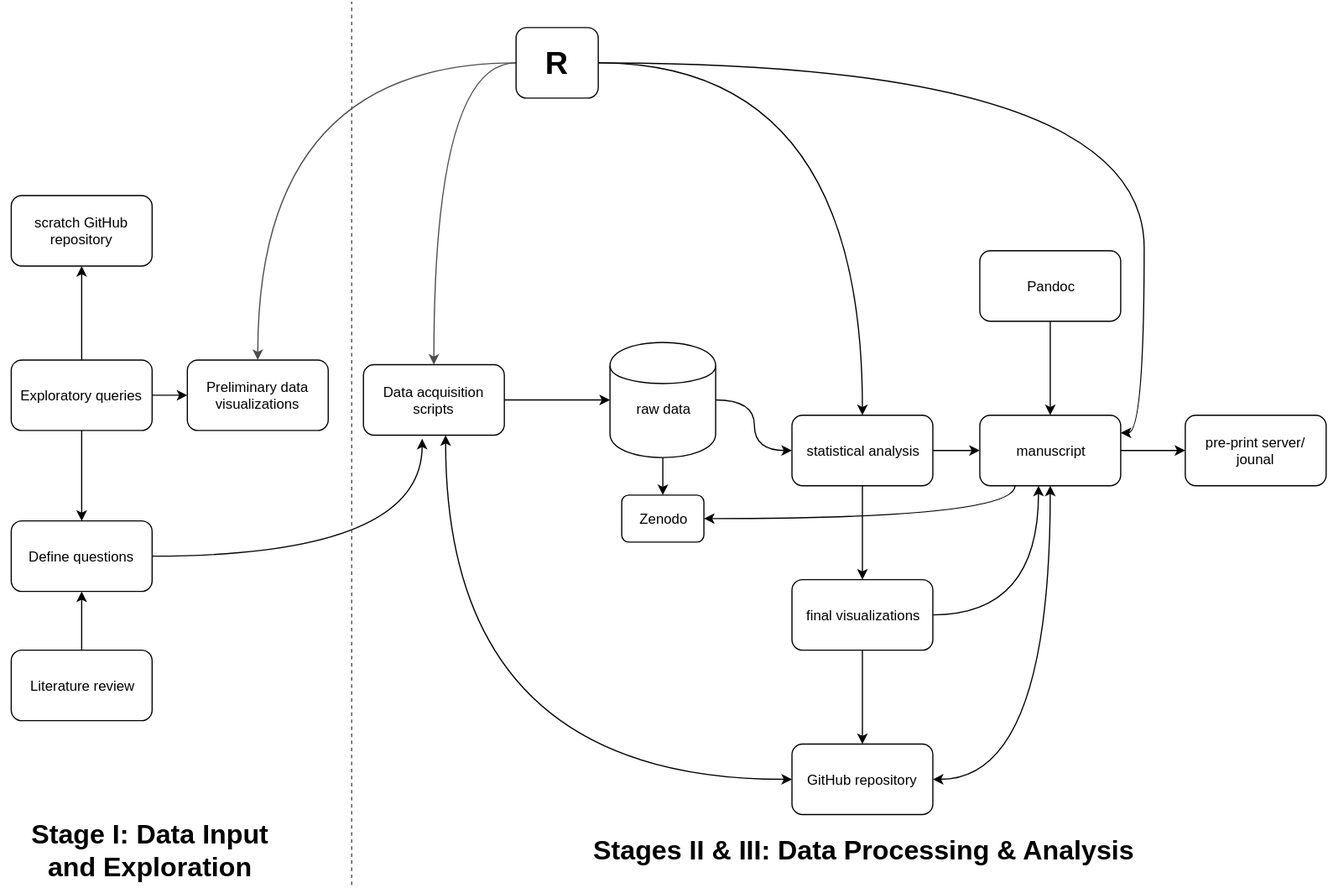
This is case-studies/kram.svg from BIDS/repro-case-studies, a draw.io export, as it was before one commit. Source tidied: cells renumbered, new cells last; positions are measured from the earlier drawing's top-left corner, leaving out a move shared by most shapes.
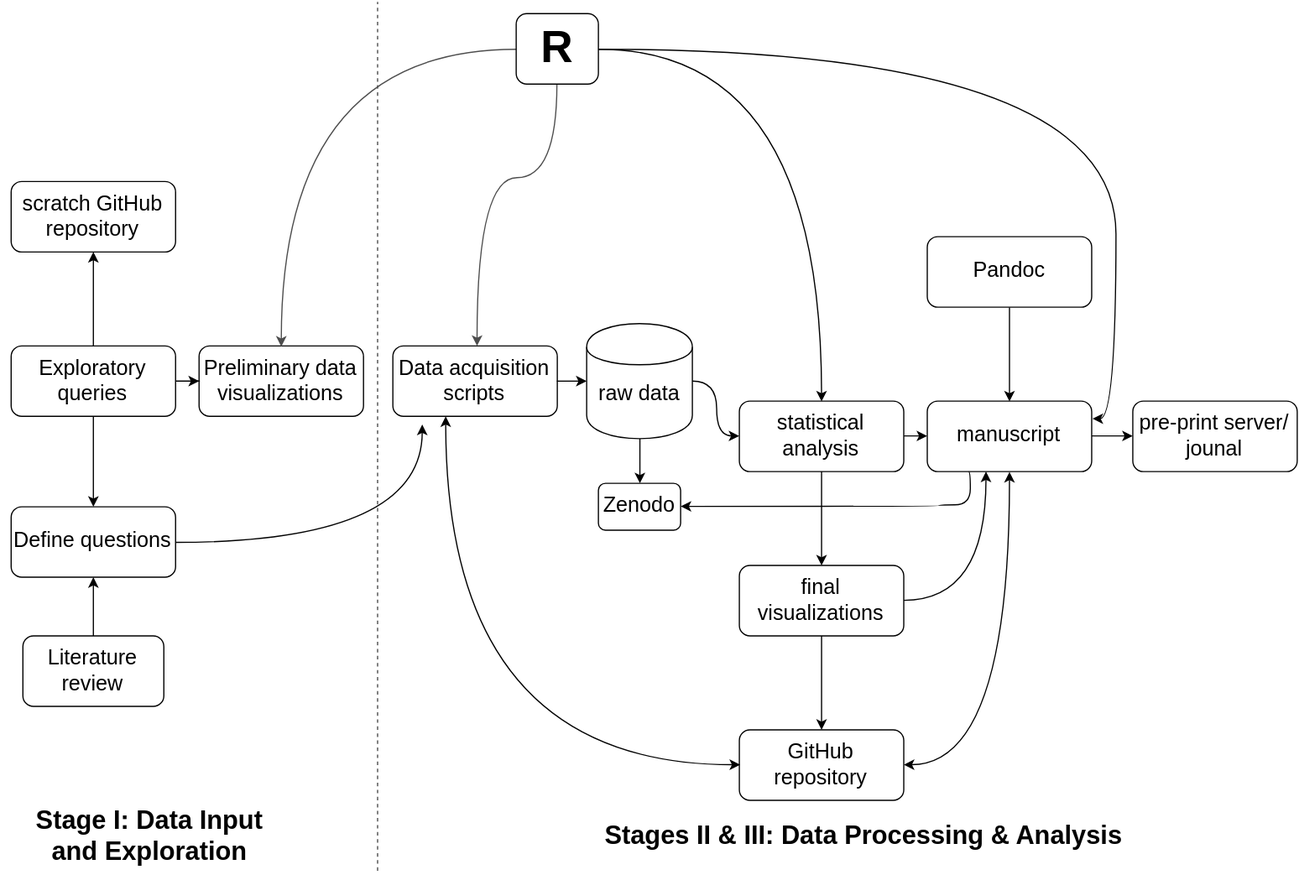
Above is the later version.

The edit, as a diff of the source:
```diff
@@ -5,16 +5,16 @@
     <mxCell id="2" style="edgeStyle=orthogonalEdgeStyle;rounded=0;html=1;jettySize=auto;" parent="1" edge="1" source="3" target="5">
       <mxGeometry relative="1" as="geometry" />
     </mxCell>
-    <mxCell id="3" value="Literature review" style="rounded=1;whiteSpace=wrap;html=1;fillColor=none;" parent="1" vertex="1">
-      <mxGeometry x="8" y="552" width="120" height="60" as="geometry" />
+    <mxCell id="3" value="Literature review" style="rounded=1;whiteSpace=wrap;html=1;fillColor=none;fontSize=18;" parent="1" vertex="1">
+      <mxGeometry x="29" y="502" width="120" height="60" as="geometry" />
     </mxCell>
     <mxCell id="4" style="edgeStyle=orthogonalEdgeStyle;curved=1;html=1;startArrow=none;startFill=0;jettySize=auto;" parent="1" edge="1" source="5">
       <mxGeometry relative="1" as="geometry">
-        <mxPoint x="358" y="372" as="targetPoint" />
+        <mxPoint x="369" y="322" as="targetPoint" />
       </mxGeometry>
     </mxCell>
-    <mxCell id="5" value="Define questions" style="rounded=1;whiteSpace=wrap;html=1;fillColor=none;" parent="1" vertex="1">
-      <mxGeometry x="8" y="442" width="120" height="60" as="geometry" />
+    <mxCell id="5" value="Define questions" style="rounded=1;whiteSpace=wrap;html=1;fillColor=none;fontSize=18;" parent="1" vertex="1">
+      <mxGeometry x="19" y="392" width="140" height="60" as="geometry" />
     </mxCell>
     <mxCell id="6" style="edgeStyle=orthogonalEdgeStyle;rounded=0;html=1;jettySize=auto;" parent="1" edge="1" source="9" target="5">
       <mxGeometry relative="1" as="geometry" />
@@ -25,19 +25,19 @@
     <mxCell id="8" style="edgeStyle=orthogonalEdgeStyle;rounded=0;html=1;jettySize=auto;" parent="1" edge="1" source="9" target="10">
       <mxGeometry relative="1" as="geometry" />
     </mxCell>
-    <mxCell id="9" value="Exploratory queries" style="rounded=1;whiteSpace=wrap;html=1;fillColor=none;" parent="1" vertex="1">
-      <mxGeometry x="8" y="305" width="120" height="60" as="geometry" />
+    <mxCell id="9" value="Exploratory queries" style="rounded=1;whiteSpace=wrap;html=1;fillColor=none;fontSize=18;" parent="1" vertex="1">
+      <mxGeometry x="19" y="255" width="140" height="60" as="geometry" />
     </mxCell>
-    <mxCell id="10" value="Preliminary data visualizations" style="rounded=1;whiteSpace=wrap;html=1;fillColor=none;" parent="1" vertex="1">
-      <mxGeometry x="158" y="305" width="120" height="60" as="geometry" />
+    <mxCell id="10" value="Preliminary data visualizations" style="rounded=1;whiteSpace=wrap;html=1;fillColor=none;fontSize=18;" parent="1" vertex="1">
+      <mxGeometry x="179" y="255" width="140" height="60" as="geometry" />
     </mxCell>
-    <mxCell id="11" value="scratch GitHub repository" style="rounded=1;whiteSpace=wrap;html=1;fillColor=none;" parent="1" vertex="1">
-      <mxGeometry x="8" y="165" width="120" height="60" as="geometry" />
+    <mxCell id="11" value="scratch GitHub repository" style="rounded=1;whiteSpace=wrap;html=1;fillColor=none;fontSize=18;" parent="1" vertex="1">
+      <mxGeometry x="19" y="115" width="140" height="60" as="geometry" />
     </mxCell>
-    <mxCell id="12" style="edgeStyle=orthogonalEdgeStyle;curved=1;html=1;entryX=0.5;entryY=0;startArrow=none;startFill=0;jettySize=auto;" parent="1" edge="1" source="16" target="24">
+    <mxCell id="12" style="edgeStyle=orthogonalEdgeStyle;curved=1;html=1;startArrow=none;startFill=0;jettySize=auto;entryX=0.5;entryY=0;" parent="1" edge="1" source="16" target="24">
       <mxGeometry relative="1" as="geometry">
         <Array as="points">
-          <mxPoint x="733" y="52" />
+          <mxPoint x="709" y="2" />
         </Array>
       </mxGeometry>
     </mxCell>
@@ -45,23 +45,28 @@
       <mxGeometry relative="1" as="geometry" />
     </mxCell>
     <mxCell id="14" style="edgeStyle=orthogonalEdgeStyle;curved=1;html=1;startArrow=none;startFill=0;endArrow=classic;endFill=1;jettySize=auto;strokeColor=#4D4D4D;" parent="1" edge="1" source="16" target="18">
-      <mxGeometry relative="1" as="geometry" />
+      <mxGeometry relative="1" as="geometry">
+        <Array as="points">
+          <mxPoint x="484" y="112" />
+          <mxPoint x="415" y="112" />
+        </Array>
+      </mxGeometry>
     </mxCell>
     <mxCell id="15" style="edgeStyle=orthogonalEdgeStyle;curved=1;html=1;exitX=0;exitY=0.5;entryX=0.5;entryY=0;startArrow=none;startFill=0;endArrow=classic;endFill=1;jettySize=auto;strokeColor=#4D4D4D;" parent="1" edge="1" source="16" target="10">
       <mxGeometry relative="1" as="geometry" />
     </mxCell>
-    <mxCell id="16" value="&lt;font style=&quot;font-size: 27px&quot;&gt;&lt;b&gt;R&lt;/b&gt;&lt;/font&gt;" style="rounded=1;whiteSpace=wrap;html=1;fillColor=none;" parent="1" vertex="1">
-      <mxGeometry x="438" y="22" width="70" height="60" as="geometry" />
+    <mxCell id="16" value="&lt;font style=&quot;font-size: 38px;&quot;&gt;&lt;b&gt;R&lt;/b&gt;&lt;/font&gt;" style="rounded=1;whiteSpace=wrap;html=1;fillColor=none;fontSize=38;" parent="1" vertex="1">
+      <mxGeometry x="449" y="-28" width="70" height="60" as="geometry" />
     </mxCell>
     <mxCell id="17" style="edgeStyle=orthogonalEdgeStyle;curved=1;html=1;entryX=0;entryY=0.5;startArrow=classic;startFill=1;jettySize=auto;" parent="1" edge="1" source="18" target="35">
       <mxGeometry relative="1" as="geometry">
         <Array as="points">
-          <mxPoint x="378" y="662" />
+          <mxPoint x="389" y="612" />
         </Array>
       </mxGeometry>
     </mxCell>
-    <mxCell id="18" value="Data acquisition scripts" style="rounded=1;whiteSpace=wrap;html=1;fillColor=none;" parent="1" vertex="1">
-      <mxGeometry x="308" y="309" width="120" height="60" as="geometry" />
+    <mxCell id="18" value="Data acquisition scripts" style="rounded=1;whiteSpace=wrap;html=1;fillColor=none;fontSize=18;" parent="1" vertex="1">
+      <mxGeometry x="344" y="255" width="140" height="60" as="geometry" />
     </mxCell>
     <mxCell id="19" style="edgeStyle=orthogonalEdgeStyle;curved=1;html=1;jettySize=auto;" parent="1" edge="1" source="21" target="24">
       <mxGeometry relative="1" as="geometry" />
@@ -69,8 +74,8 @@
     <mxCell id="20" style="edgeStyle=orthogonalEdgeStyle;curved=1;html=1;startArrow=none;startFill=0;jettySize=auto;" parent="1" edge="1" source="21" target="36">
       <mxGeometry relative="1" as="geometry" />
     </mxCell>
-    <mxCell id="21" value="&lt;div&gt;&lt;br&gt;&lt;/div&gt;raw&amp;nbsp;&lt;span style=&quot;line-height: 1.2&quot;&gt;data&lt;/span&gt;" style="shape=cylinder;whiteSpace=wrap;html=1;fillColor=none;" parent="1" vertex="1">
-      <mxGeometry x="518" y="290" width="90" height="98" as="geometry" />
+    <mxCell id="21" value="&lt;div&gt;&lt;br&gt;&lt;/div&gt;raw&amp;nbsp;&lt;span style=&quot;line-height: 1.2&quot;&gt;data&lt;/span&gt;" style="shape=cylinder;whiteSpace=wrap;html=1;fillColor=none;fontSize=18;" parent="1" vertex="1">
+      <mxGeometry x="509" y="236" width="90" height="98" as="geometry" />
     </mxCell>
     <mxCell id="22" style="edgeStyle=orthogonalEdgeStyle;curved=1;html=1;jettySize=auto;" parent="1" edge="1" source="24" target="33">
       <mxGeometry relative="1" as="geometry" />
@@ -78,8 +83,8 @@
     <mxCell id="23" style="edgeStyle=orthogonalEdgeStyle;curved=1;html=1;jettySize=auto;" parent="1" edge="1" source="24" target="27">
       <mxGeometry relative="1" as="geometry" />
     </mxCell>
-    <mxCell id="24" value="statistical analysis" style="rounded=1;whiteSpace=wrap;html=1;fillColor=none;" parent="1" vertex="1">
-      <mxGeometry x="673" y="352" width="120" height="60" as="geometry" />
+    <mxCell id="24" value="statistical analysis" style="rounded=1;whiteSpace=wrap;html=1;fillColor=none;fontSize=18;" parent="1" vertex="1">
+      <mxGeometry x="639" y="302" width="140" height="60" as="geometry" />
     </mxCell>
     <mxCell id="25" style="edgeStyle=orthogonalEdgeStyle;curved=1;html=1;startArrow=none;startFill=0;jettySize=auto;" parent="1" edge="1" source="27" target="28">
       <mxGeometry relative="1" as="geometry" />
@@ -87,56 +92,58 @@
     <mxCell id="26" style="edgeStyle=orthogonalEdgeStyle;curved=1;html=1;exitX=0.25;exitY=1;entryX=1;entryY=0.5;startArrow=none;startFill=0;jettySize=auto;" parent="1" edge="1" source="27" target="36">
       <mxGeometry relative="1" as="geometry">
         <Array as="points">
-          <mxPoint x="863" y="440" />
+          <mxPoint x="835" y="390" />
+          <mxPoint x="809" y="390" />
+          <mxPoint x="809" y="392" />
         </Array>
       </mxGeometry>
     </mxCell>
-    <mxCell id="27" value="manuscript" style="rounded=1;whiteSpace=wrap;html=1;fillColor=none;" parent="1" vertex="1">
-      <mxGeometry x="833" y="352" width="120" height="60" as="geometry" />
+    <mxCell id="27" value="manuscript" style="rounded=1;whiteSpace=wrap;html=1;fillColor=none;fontSize=18;" parent="1" vertex="1">
+      <mxGeometry x="799" y="302" width="140" height="60" as="geometry" />
     </mxCell>
-    <mxCell id="28" value="pre-print server/ jounal" style="rounded=1;whiteSpace=wrap;html=1;fillColor=none;" parent="1" vertex="1">
-      <mxGeometry x="1008" y="352" width="120" height="60" as="geometry" />
+    <mxCell id="28" value="pre-print server/ jounal" style="rounded=1;whiteSpace=wrap;html=1;fillColor=none;fontSize=18;" parent="1" vertex="1">
+      <mxGeometry x="974" y="302" width="140" height="60" as="geometry" />
     </mxCell>
     <mxCell id="29" style="edgeStyle=orthogonalEdgeStyle;curved=1;html=1;exitX=0.5;exitY=1;entryX=0.5;entryY=0;startArrow=none;startFill=0;jettySize=auto;" parent="1" edge="1" source="30" target="27">
       <mxGeometry relative="1" as="geometry" />
     </mxCell>
-    <mxCell id="30" value="Pandoc" style="rounded=1;whiteSpace=wrap;html=1;fillColor=none;" parent="1" vertex="1">
-      <mxGeometry x="833" y="212" width="120" height="60" as="geometry" />
+    <mxCell id="30" value="Pandoc" style="rounded=1;whiteSpace=wrap;html=1;fillColor=none;fontSize=18;" parent="1" vertex="1">
+      <mxGeometry x="799" y="162" width="140" height="60" as="geometry" />
     </mxCell>
     <mxCell id="31" style="edgeStyle=orthogonalEdgeStyle;curved=1;html=1;jettySize=auto;" parent="1" edge="1" source="33" target="35">
       <mxGeometry relative="1" as="geometry" />
     </mxCell>
     <mxCell id="32" style="edgeStyle=orthogonalEdgeStyle;curved=1;html=1;startArrow=none;startFill=0;jettySize=auto;" parent="1" edge="1" source="33">
       <mxGeometry relative="1" as="geometry">
-        <mxPoint x="883" y="412" as="targetPoint" />
+        <mxPoint x="849" y="362" as="targetPoint" />
       </mxGeometry>
     </mxCell>
-    <mxCell id="33" value="final visualizations" style="rounded=1;whiteSpace=wrap;html=1;fillColor=none;" parent="1" vertex="1">
-      <mxGeometry x="673" y="492" width="120" height="60" as="geometry" />
+    <mxCell id="33" value="final visualizations" style="rounded=1;whiteSpace=wrap;html=1;fillColor=none;fontSize=18;" parent="1" vertex="1">
+      <mxGeometry x="639" y="442" width="140" height="60" as="geometry" />
     </mxCell>
     <mxCell id="34" style="edgeStyle=orthogonalEdgeStyle;curved=1;html=1;entryX=0.5;entryY=1;jettySize=auto;startArrow=classic;startFill=1;" parent="1" edge="1" source="35" target="27">
       <mxGeometry relative="1" as="geometry" />
     </mxCell>
-    <mxCell id="35" value="GitHub repository" style="rounded=1;whiteSpace=wrap;html=1;fillColor=none;" parent="1" vertex="1">
-      <mxGeometry x="673" y="632" width="120" height="60" as="geometry" />
+    <mxCell id="35" value="GitHub repository" style="rounded=1;whiteSpace=wrap;html=1;fillColor=none;fontSize=18;" parent="1" vertex="1">
+      <mxGeometry x="639" y="582" width="140" height="60" as="geometry" />
     </mxCell>
-    <mxCell id="36" value="Zenodo" style="rounded=1;whiteSpace=wrap;html=1;fillColor=none;" parent="1" vertex="1">
-      <mxGeometry x="528" y="420" width="70" height="40" as="geometry" />
+    <mxCell id="36" value="Zenodo" style="rounded=1;whiteSpace=wrap;html=1;fillColor=none;fontSize=18;" parent="1" vertex="1">
+      <mxGeometry x="519" y="372" width="70" height="40" as="geometry" />
     </mxCell>
-    <mxCell id="37" value="&lt;font style=&quot;font-size: 23px&quot;&gt;&lt;b&gt;Stage I: Data Input&lt;/b&gt;&lt;/font&gt;&lt;div&gt;&lt;font style=&quot;font-size: 23px&quot;&gt;&lt;b&gt;and Exploration&lt;/b&gt;&lt;/font&gt;&lt;/div&gt;" style="text;html=1;strokeColor=none;fillColor=none;align=center;verticalAlign=middle;whiteSpace=wrap;overflow=hidden;" parent="1" vertex="1">
-      <mxGeometry y="692" width="250" height="60" as="geometry" />
+    <mxCell id="37" value="&lt;font style=&quot;font-size: 22px;&quot;&gt;&lt;b&gt;Stage I: Data Input&lt;/b&gt;&lt;/font&gt;&lt;div&gt;&lt;font style=&quot;font-size: 22px;&quot;&gt;&lt;b&gt;and Exploration&lt;/b&gt;&lt;/font&gt;&lt;/div&gt;" style="text;html=1;strokeColor=none;fillColor=none;align=center;verticalAlign=middle;whiteSpace=wrap;overflow=hidden;fontSize=22;" parent="1" vertex="1">
+      <mxGeometry x="11" y="642" width="250" height="60" as="geometry" />
     </mxCell>
-    <mxCell id="38" value="&lt;font style=&quot;font-size: 23px&quot;&gt;&lt;b&gt;Stages II &amp;amp; III: Data Processing &amp;amp; Analysis&lt;/b&gt;&lt;/font&gt;" style="text;html=1;strokeColor=none;fillColor=none;align=center;verticalAlign=middle;whiteSpace=wrap;overflow=hidden;" parent="1" vertex="1">
-      <mxGeometry x="433" y="702" width="600" height="40" as="geometry" />
+    <mxCell id="38" value="&lt;font style=&quot;font-size: 22px;&quot;&gt;&lt;b&gt;Stages II &amp;amp; III: Data Processing &amp;amp; Analysis&lt;/b&gt;&lt;/font&gt;" style="text;html=1;strokeColor=none;fillColor=none;align=center;verticalAlign=middle;whiteSpace=wrap;overflow=hidden;fontSize=22;" parent="1" vertex="1">
+      <mxGeometry x="444" y="652" width="600" height="40" as="geometry" />
     </mxCell>
     <mxCell id="39" style="endArrow=none;html=1;endFill=0;strokeColor=#4D4D4D;dashed=1;" parent="1" edge="1">
       <mxGeometry relative="1" as="geometry">
-        <mxPoint x="298" y="752" as="sourcePoint" />
-        <mxPoint x="298" as="targetPoint" />
+        <mxPoint x="331" y="702" as="sourcePoint" />
+        <mxPoint x="331" y="-38" as="targetPoint" />
       </mxGeometry>
     </mxCell>
     <mxCell id="40" style="edgeStyle=orthogonalEdgeStyle;rounded=0;html=1;jettySize=auto;exitX=1;exitY=0.5;entryX=0;entryY=0.5;" parent="1" edge="1" source="18" target="21">
-      <mxGeometry x="482" y="407" as="geometry" />
+      <mxGeometry x="493" y="357" as="geometry" />
     </mxCell>
   </root>
 </mxGraphModel>
```
